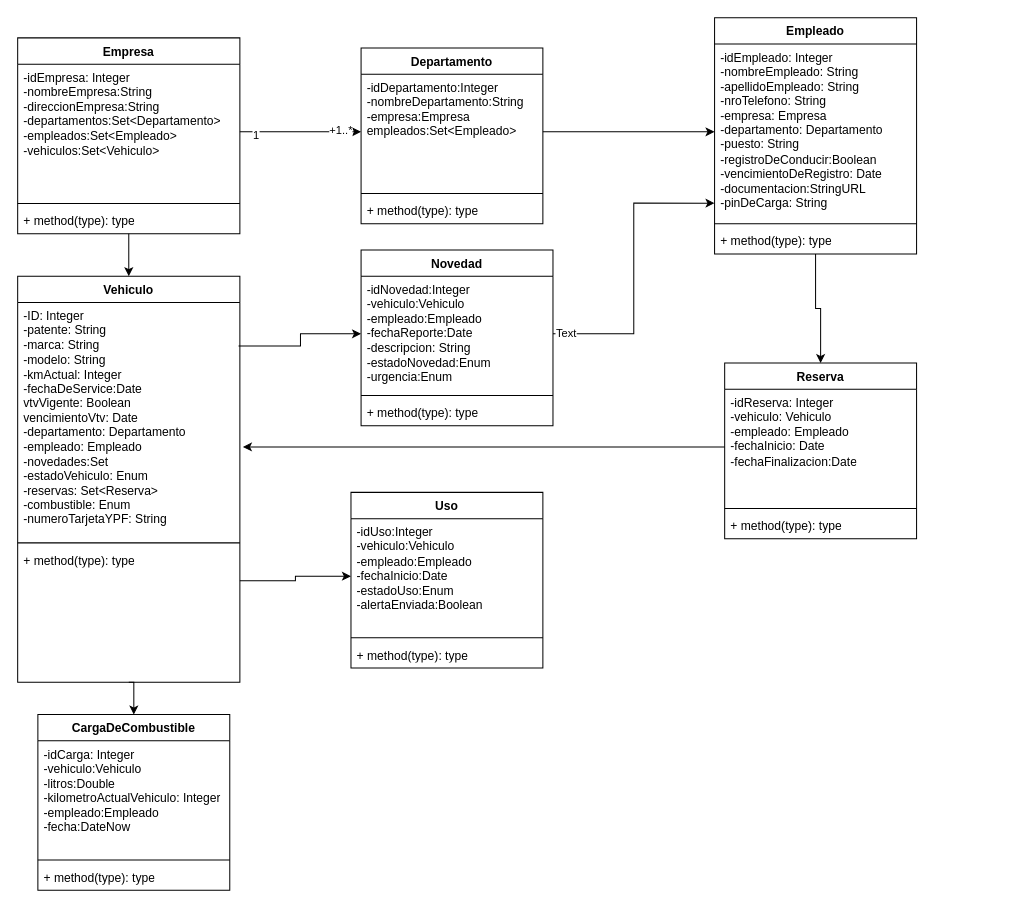
The draw.io diagram UML.drawio in EliasDolenz/gestorDeVehiculosEmpresariales, before the edit. Source tidied: cells renumbered, new cells numbered last; positions are measured from the earlier drawing's top-left corner, leaving out a move shared by most shapes. Both pictures are drawn from the tidied source at 101%, with x=0, y=0 at pixel (17, 17).
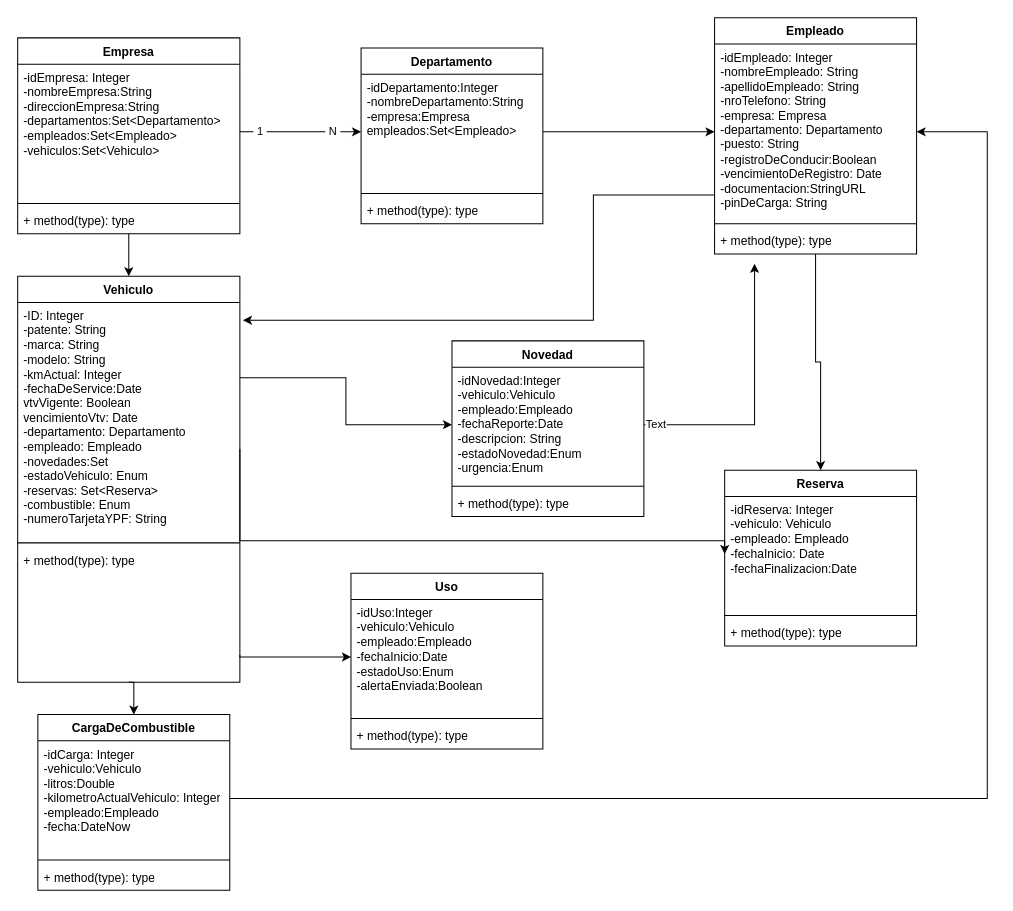
The same diagram, later.

Unchanged cells that the change refers to:
```xml
<mxCell id="4" value="Vehiculo" style="swimlane;fontStyle=1;align=center;verticalAlign=top;horizontal=1;startSize=26;whiteSpace=wrap;html=1;" parent="1" vertex="1">
  <mxGeometry y="256" width="220" height="402" as="geometry" />
</mxCell>
<mxCell id="5" value="&lt;div&gt;-ID: Integer&lt;/div&gt;-patente: String&lt;div&gt;-marca: String&lt;/div&gt;&lt;div&gt;-modelo: String&lt;/div&gt;&lt;div&gt;-kmActual: Integer&lt;/div&gt;&lt;div&gt;-fechaDeService:Date&lt;/div&gt;&lt;div&gt;vtvVigente: Boolean&lt;/div&gt;&lt;div&gt;vencimientoVtv: Date&lt;/div&gt;&lt;div&gt;-departamento: Departamento&lt;/div&gt;&lt;div&gt;-empleado: Empleado&lt;/div&gt;&lt;div&gt;-novedades:Set&lt;/div&gt;&lt;div&gt;-estadoVehiculo: Enum&lt;/div&gt;&lt;div&gt;-reservas: Set&amp;lt;Reserva&amp;gt;&lt;/div&gt;&lt;div&gt;-combustible: Enum&lt;/div&gt;&lt;div&gt;-numeroTarjetaYPF: String&lt;/div&gt;&lt;div&gt;&lt;br&gt;&lt;/div&gt;&lt;div&gt;&lt;br&gt;&lt;/div&gt;" style="text;strokeColor=none;fillColor=none;align=left;verticalAlign=top;spacingLeft=4;spacingRight=4;overflow=hidden;points=[[0,0.5],[1,0.5]];portConstraint=eastwest;whiteSpace=wrap;html=1;" parent="4" vertex="1">
  <mxGeometry y="26" width="220" height="234" as="geometry" />
</mxCell>
<mxCell id="9" value="Empleado" style="swimlane;fontStyle=1;align=center;verticalAlign=top;horizontal=1;startSize=26;whiteSpace=wrap;html=1;" parent="1" vertex="1">
  <mxGeometry x="690" width="200" height="234" as="geometry" />
</mxCell>
<mxCell id="10" value="-idEmpleado: Integer&lt;div&gt;-nombreEmpleado: String&lt;/div&gt;&lt;div&gt;-apellidoEmpleado: String&lt;/div&gt;&lt;div&gt;-nroTelefono: String&lt;/div&gt;&lt;div&gt;-empresa: Empresa&lt;/div&gt;&lt;div&gt;-departamento: Departamento&lt;/div&gt;&lt;div&gt;-puesto: String&lt;/div&gt;&lt;div&gt;-registroDeConducir:Boolean&lt;/div&gt;&lt;div&gt;-vencimientoDeRegistro: Date&lt;/div&gt;&lt;div&gt;-documentacion:StringURL&lt;/div&gt;&lt;div&gt;-pinDeCarga: String&lt;/div&gt;" style="text;strokeColor=none;fillColor=none;align=left;verticalAlign=top;spacingLeft=4;spacingRight=4;overflow=hidden;points=[[0,0.5],[1,0.5]];portConstraint=eastwest;whiteSpace=wrap;html=1;" parent="9" vertex="1">
  <mxGeometry y="26" width="200" height="174" as="geometry" />
</mxCell>
<mxCell id="12" value="+ method(type): type" style="text;strokeColor=none;fillColor=none;align=left;verticalAlign=top;spacingLeft=4;spacingRight=4;overflow=hidden;points=[[0,0.5],[1,0.5]];portConstraint=eastwest;whiteSpace=wrap;html=1;" parent="9" vertex="1">
  <mxGeometry y="208" width="200" height="26" as="geometry" />
</mxCell>
<mxCell id="23" value="-idReserva: Integer&lt;div&gt;-vehiculo: Vehiculo&lt;/div&gt;&lt;div&gt;-empleado: Empleado&lt;/div&gt;&lt;div&gt;-fechaInicio: Date&lt;/div&gt;&lt;div&gt;-fechaFinalizacion:Date&lt;/div&gt;" style="text;strokeColor=none;fillColor=none;align=left;verticalAlign=top;spacingLeft=4;spacingRight=4;overflow=hidden;points=[[0,0.5],[1,0.5]];portConstraint=eastwest;whiteSpace=wrap;html=1;" parent="22" vertex="1">
  <mxGeometry y="26" width="190" height="114" as="geometry" />
</mxCell>
<mxCell id="27" value="-idUso:Integer&lt;div&gt;-vehiculo:Vehiculo&lt;/div&gt;&lt;div&gt;-empleado:Empleado&lt;/div&gt;&lt;div&gt;-fechaInicio:Date&lt;/div&gt;&lt;div&gt;-estadoUso:Enum&lt;/div&gt;&lt;div&gt;-alertaEnviada:Boolean&lt;/div&gt;" style="text;strokeColor=none;fillColor=none;align=left;verticalAlign=top;spacingLeft=4;spacingRight=4;overflow=hidden;points=[[0,0.5],[1,0.5]];portConstraint=eastwest;whiteSpace=wrap;html=1;" parent="26" vertex="1">
  <mxGeometry y="26" width="190" height="114" as="geometry" />
</mxCell>
<mxCell id="31" value="-idNovedad:Integer&lt;div&gt;-vehiculo:Vehiculo&lt;/div&gt;&lt;div&gt;-empleado:Empleado&lt;/div&gt;&lt;div&gt;-fechaReporte:Date&lt;/div&gt;&lt;div&gt;-descripcion: String&lt;/div&gt;&lt;div&gt;-estadoNovedad:Enum&lt;/div&gt;&lt;div&gt;-urgencia:Enum&lt;/div&gt;" style="text;strokeColor=none;fillColor=none;align=left;verticalAlign=top;spacingLeft=4;spacingRight=4;overflow=hidden;points=[[0,0.5],[1,0.5]];portConstraint=eastwest;whiteSpace=wrap;html=1;" parent="30" vertex="1">
  <mxGeometry y="26" width="190" height="114" as="geometry" />
</mxCell>
<mxCell id="35" value="-idCarga: Integer&lt;div&gt;-vehiculo:Vehiculo&lt;/div&gt;&lt;div&gt;-litros:Double&lt;/div&gt;&lt;div&gt;-kilometroActualVehiculo: Integer&lt;/div&gt;&lt;div&gt;-empleado:Empleado&lt;/div&gt;&lt;div&gt;-fecha:DateNow&lt;/div&gt;" style="text;strokeColor=none;fillColor=none;align=left;verticalAlign=top;spacingLeft=4;spacingRight=4;overflow=hidden;points=[[0,0.5],[1,0.5]];portConstraint=eastwest;whiteSpace=wrap;html=1;" parent="34" vertex="1">
  <mxGeometry y="26" width="190" height="114" as="geometry" />
</mxCell>
<mxCell id="38" style="edgeStyle=orthogonalEdgeStyle;rounded=0;jettySize=auto;html=1;exitX=1;exitY=0.5;exitDx=0;exitDy=0;entryX=0;entryY=0.5;entryDx=0;entryDy=0;" parent="1" edge="1" source="15" target="19">
  <mxGeometry relative="1" as="geometry" />
</mxCell>
```

What changed in the source:
```diff
@@
-    <mxCell id="3" style="edgeStyle=orthogonalEdgeStyle;rounded=0;jettySize=auto;html=1;exitX=1;exitY=0.75;exitDx=0;exitDy=0;entryX=0;entryY=0.5;entryDx=0;entryDy=0;" parent="1" edge="1" source="4" target="27">
-      <mxGeometry relative="1" as="geometry" />
+    <mxCell id="3" style="edgeStyle=orthogonalEdgeStyle;rounded=0;jettySize=auto;html=1;exitX=1;exitY=0.5;exitDx=0;exitDy=0;entryX=0;entryY=0.5;entryDx=0;entryDy=0;" parent="1" edge="1" target="27">
+      <mxGeometry relative="1" as="geometry">
+        <mxPoint x="220" y="631" as="sourcePoint" />
+        <Array as="points">
+          <mxPoint x="220" y="633" />
+        </Array>
+      </mxGeometry>
     </mxCell>
+    <mxCell id="46" style="edgeStyle=orthogonalEdgeStyle;rounded=0;jettySize=auto;html=1;exitX=1;exitY=0.25;exitDx=0;exitDy=0;entryX=0;entryY=0.5;entryDx=0;entryDy=0;" parent="1" edge="1" source="4" target="31">
+      <mxGeometry relative="1" as="geometry" />
+    </mxCell>
@@
     <mxCell id="22" value="Reserva" style="swimlane;fontStyle=1;align=center;verticalAlign=top;horizontal=1;startSize=26;whiteSpace=wrap;html=1;" parent="1" vertex="1">
-      <mxGeometry x="700" y="342" width="190" height="174" as="geometry" />
+      <mxGeometry x="700" y="448" width="190" height="174" as="geometry" />
     </mxCell>
@@
     <mxCell id="26" value="Uso" style="swimlane;fontStyle=1;align=center;verticalAlign=top;horizontal=1;startSize=26;whiteSpace=wrap;html=1;" parent="1" vertex="1">
-      <mxGeometry x="330" y="470" width="190" height="174" as="geometry" />
+      <mxGeometry x="330" y="550" width="190" height="174" as="geometry" />
     </mxCell>
@@
     <mxCell id="30" value="Novedad" style="swimlane;fontStyle=1;align=center;verticalAlign=top;horizontal=1;startSize=26;whiteSpace=wrap;html=1;" parent="1" vertex="1">
-      <mxGeometry x="340" y="230" width="190" height="174" as="geometry" />
+      <mxGeometry x="430" y="320" width="190" height="174" as="geometry" />
     </mxCell>
@@
-    <mxCell id="39" value="1" style="edgeLabel;html=1;align=center;verticalAlign=middle;" parent="38" vertex="1">
-      <mxGeometry x="-0.75" y="-3" relative="1" as="geometry" />
+    <mxCell id="39" value="&amp;nbsp;1&amp;nbsp;" style="edgeLabel;html=1;align=center;verticalAlign=middle;" parent="38" vertex="1">
+      <mxGeometry x="-0.68" y="1" relative="1" as="geometry" />
     </mxCell>
-    <mxCell id="40" value="+1..*" style="edgeLabel;html=1;align=center;verticalAlign=middle;" parent="38" vertex="1">
-      <mxGeometry x="0.65" y="2" relative="1" as="geometry" />
-    </mxCell>
+    <mxCell id="47" value="&amp;nbsp;N&amp;nbsp;" style="edgeLabel;html=1;align=center;verticalAlign=middle;" parent="38" vertex="1">
+      <mxGeometry x="0.52" y="1" relative="1" as="geometry" />
+    </mxCell>
@@
-    <mxCell id="42" style="edgeStyle=orthogonalEdgeStyle;rounded=0;jettySize=auto;html=1;exitX=0;exitY=0.5;exitDx=0;exitDy=0;" parent="1" edge="1" source="23">
-      <mxGeometry relative="1" as="geometry">
-        <mxPoint x="223" y="425" as="targetPoint" />
-        <Array as="points">
-          <mxPoint x="223" y="425" />
-        </Array>
-      </mxGeometry>
-    </mxCell>
-    <mxCell id="43" style="edgeStyle=orthogonalEdgeStyle;rounded=0;jettySize=auto;html=1;exitX=0.994;exitY=0.184;exitDx=0;exitDy=0;entryX=0;entryY=0.5;entryDx=0;entryDy=0;exitPerimeter=0;" parent="1" edge="1" source="5" target="31">
-      <mxGeometry relative="1" as="geometry" />
-    </mxCell>
-    <mxCell id="44" style="edgeStyle=orthogonalEdgeStyle;rounded=0;jettySize=auto;html=1;exitX=1;exitY=0.5;exitDx=0;exitDy=0;entryX=0;entryY=0.906;entryDx=0;entryDy=0;entryPerimeter=0;" parent="1" edge="1" source="31" target="10">
-      <mxGeometry relative="1" as="geometry" />
+    <mxCell id="44" style="edgeStyle=orthogonalEdgeStyle;rounded=0;jettySize=auto;html=1;exitX=1;exitY=0.5;exitDx=0;exitDy=0;entryX=0.198;entryY=1.372;entryDx=0;entryDy=0;entryPerimeter=0;" parent="1" edge="1" source="31" target="12">
+      <mxGeometry relative="1" as="geometry">
+        <Array as="points">
+          <mxPoint x="730" y="403" />
+        </Array>
+      </mxGeometry>
     </mxCell>
@@
+    <mxCell id="48" style="edgeStyle=orthogonalEdgeStyle;rounded=0;jettySize=auto;html=1;exitX=1;exitY=0.5;exitDx=0;exitDy=0;entryX=1;entryY=0.5;entryDx=0;entryDy=0;" parent="1" edge="1" source="35" target="10">
+      <mxGeometry relative="1" as="geometry">
+        <Array as="points">
+          <mxPoint x="960" y="773" />
+          <mxPoint x="960" y="113" />
+        </Array>
+      </mxGeometry>
+    </mxCell>
+    <mxCell id="49" style="edgeStyle=orthogonalEdgeStyle;rounded=0;jettySize=auto;html=1;exitX=1;exitY=0.5;exitDx=0;exitDy=0;entryX=0;entryY=0.5;entryDx=0;entryDy=0;" parent="1" edge="1" target="23">
+      <mxGeometry relative="1" as="geometry">
+        <mxPoint x="220" y="427" as="sourcePoint" />
+        <Array as="points">
+          <mxPoint x="220" y="518" />
+          <mxPoint x="700" y="518" />
+        </Array>
+      </mxGeometry>
+    </mxCell>
+    <mxCell id="50" style="edgeStyle=orthogonalEdgeStyle;rounded=0;jettySize=auto;html=1;exitX=0;exitY=0.75;exitDx=0;exitDy=0;entryX=1.014;entryY=0.075;entryDx=0;entryDy=0;entryPerimeter=0;" parent="1" edge="1" source="9" target="5">
+      <mxGeometry relative="1" as="geometry">
+        <Array as="points">
+          <mxPoint x="570" y="176" />
+          <mxPoint x="570" y="300" />
+        </Array>
+      </mxGeometry>
+    </mxCell>
```
